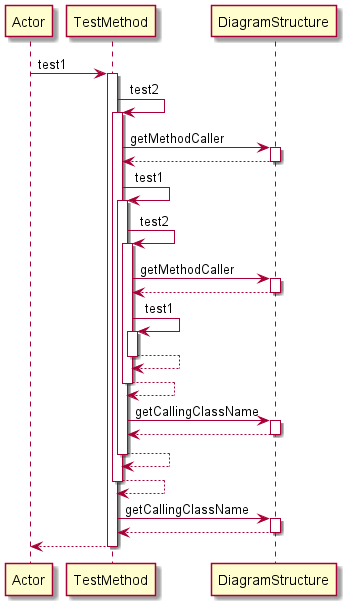
Before: Diagrams/test1.png, a diagram exported from PlantUML (manucapo/Gardener).
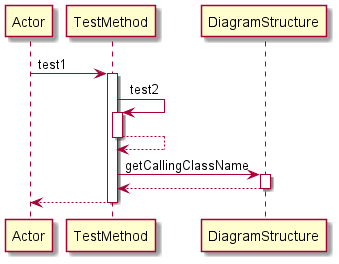
Above is the later version.

What changed in the source:
```diff
@@ -4,30 +4,6 @@
 activate TestMethod
 TestMethod -> TestMethod: test2
 activate TestMethod
-TestMethod -> DiagramStructure: getMethodCaller
-activate DiagramStructure
-DiagramStructure-->TestMethod
-deactivate DiagramStructure
-TestMethod -> TestMethod: test1
-activate TestMethod
-TestMethod -> TestMethod: test2
-activate TestMethod
-TestMethod -> DiagramStructure: getMethodCaller
-activate DiagramStructure
-DiagramStructure-->TestMethod
-deactivate DiagramStructure
-TestMethod -> TestMethod: test1
-activate TestMethod
-TestMethod-->TestMethod
-deactivate TestMethod
-TestMethod-->TestMethod
-deactivate TestMethod
-TestMethod -> DiagramStructure: getCallingClassName
-activate DiagramStructure
-DiagramStructure-->TestMethod
-deactivate DiagramStructure
-TestMethod-->TestMethod
-deactivate TestMethod
 TestMethod-->TestMethod
 deactivate TestMethod
 TestMethod -> DiagramStructure: getCallingClassName
```
